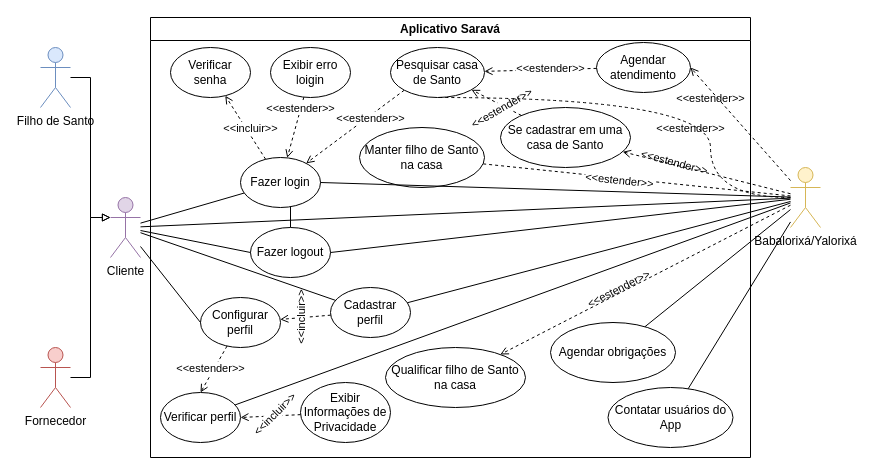
Before: Diagrama sem nome.drawio in AlexCarvalhovisk/sarava, a draw.io diagram. Source tidied: cells renumbered, new cells numbered last; positions are measured from the earlier drawing's top-left corner, leaving out a move shared by most shapes. Both pictures are drawn from the tidied source at 100%, with x=0, y=0 at pixel (40, 17).
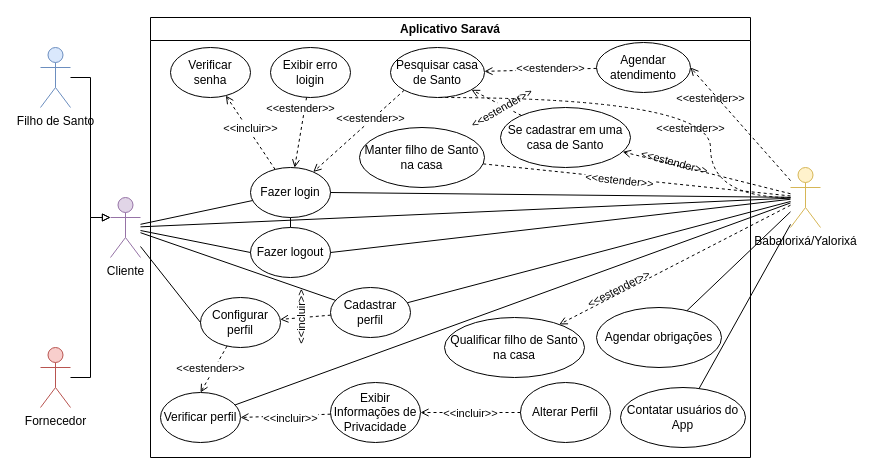
After the change.

Unchanged cells that the change refers to:
```xml
<mxCell id="2" value="Aplicativo Saravá" style="swimlane;whiteSpace=wrap;html=1;" parent="1" vertex="1">
  <mxGeometry x="110" width="600" height="440" as="geometry" />
</mxCell>
<mxCell id="7" value="Fazer logout" style="ellipse;whiteSpace=wrap;html=1;" parent="2" vertex="1">
  <mxGeometry x="100" y="210" width="80" height="50" as="geometry" />
</mxCell>
```

Diff of the diagram source:
```diff
@@
     <mxCell id="5" value="Fazer login" style="ellipse;whiteSpace=wrap;html=1;" parent="2" vertex="1">
-      <mxGeometry x="90" y="140" width="80" height="50" as="geometry" />
+      <mxGeometry x="100" y="150" width="80" height="50" as="geometry" />
     </mxCell>
-    <mxCell id="6" style="edgeStyle=orthogonalEdgeStyle;rounded=0;jettySize=auto;html=1;endArrow=none;endFill=0;" parent="2" edge="1" source="7" target="5">
-      <mxGeometry relative="1" as="geometry">
-        <Array as="points">
-          <mxPoint x="120" y="210" />
-          <mxPoint x="120" y="210" />
-        </Array>
-      </mxGeometry>
+    <mxCell id="6" style="rounded=0;jettySize=auto;html=1;endArrow=none;endFill=0;" parent="2" edge="1" source="7" target="5">
+      <mxGeometry relative="1" as="geometry" />
     </mxCell>
@@
     <mxCell id="15" value="Exibir Informações de Privacidade" style="ellipse;whiteSpace=wrap;html=1;perimeterSpacing=0;shadow=0;" parent="2" vertex="1">
-      <mxGeometry x="150" y="365" width="90" height="60" as="geometry" />
+      <mxGeometry x="180" y="365" width="90" height="60" as="geometry" />
     </mxCell>
@@
-    <mxCell id="17" value="&amp;lt;&amp;lt;incluir&amp;gt;&amp;gt;" style="edgeLabel;html=1;align=center;verticalAlign=middle;rotation=-45;" parent="2" vertex="1">
-      <mxGeometry x="110" y="410" as="geometry">
+    <mxCell id="17" value="&amp;lt;&amp;lt;incluir&amp;gt;&amp;gt;" style="edgeLabel;html=1;align=center;verticalAlign=middle;rotation=0;" parent="2" vertex="1">
+      <mxGeometry x="120" y="400" as="geometry">
         <mxPoint x="19" as="offset" />
       </mxGeometry>
     </mxCell>
@@
     <mxCell id="29" value="Qualificar filho de Santo na casa" style="ellipse;whiteSpace=wrap;html=1;" parent="2" vertex="1">
-      <mxGeometry x="235" y="330" width="140" height="60" as="geometry" />
+      <mxGeometry x="294" y="300" width="140" height="60" as="geometry" />
     </mxCell>
@@
     <mxCell id="31" value="Agendar obrigações" style="ellipse;whiteSpace=wrap;html=1;" parent="2" vertex="1">
-      <mxGeometry x="400" y="305" width="125" height="60" as="geometry" />
+      <mxGeometry x="446" y="290" width="125" height="60" as="geometry" />
     </mxCell>
@@
     <mxCell id="38" value="Contatar usuários do App" style="ellipse;whiteSpace=wrap;html=1;" parent="2" vertex="1">
-      <mxGeometry x="457.5" y="370" width="125" height="60" as="geometry" />
+      <mxGeometry x="470" y="370" width="125" height="60" as="geometry" />
     </mxCell>
+    <mxCell id="62" value="Alterar Perfil" style="ellipse;whiteSpace=wrap;html=1;perimeterSpacing=0;shadow=0;" parent="2" vertex="1">
+      <mxGeometry x="370" y="365" width="90" height="60" as="geometry" />
+    </mxCell>
+    <mxCell id="63" style="rounded=0;jettySize=auto;html=1;dashed=1;endArrow=open;endFill=0;" parent="2" edge="1" source="62" target="15">
+      <mxGeometry relative="1" as="geometry" />
+    </mxCell>
+    <mxCell id="64" value="&amp;lt;&amp;lt;incluir&amp;gt;&amp;gt;" style="edgeLabel;html=1;align=center;verticalAlign=middle;" parent="2" vertex="1">
+      <mxGeometry x="300" y="395" as="geometry">
+        <mxPoint x="19" as="offset" />
+      </mxGeometry>
+    </mxCell>
```
